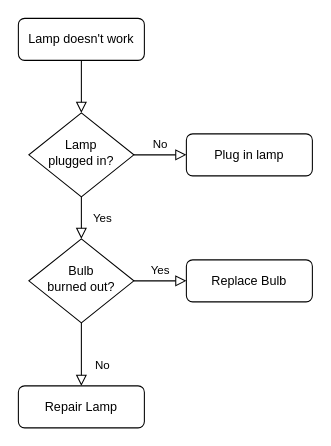
stephanemalho/lesPetitsPlats keeps this draw.io diagram as src/js/utils/petitplatfiltre.drawio. Above is the earlier version. Source tidied: cells renumbered, new cells numbered last; positions are measured from the earlier drawing's top-left corner, leaving out a move shared by most shapes. Both pictures are drawn from the tidied source at 105%, with x=0, y=0 at pixel (18, 18).
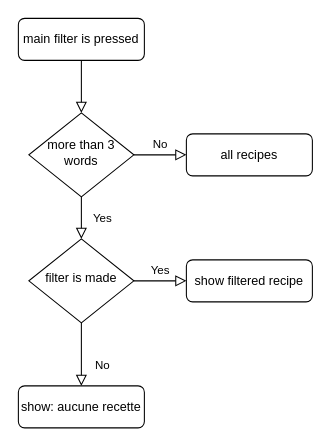
The same page after the edit.

Change to the diagram source:
```diff
@@
 <mxGraphModel>
   <root>
     <mxCell id="0" />
     <mxCell id="1" parent="0" />
     <mxCell id="2" style="rounded=0;html=1;jettySize=auto;fontSize=11;endArrow=block;endFill=0;endSize=8;strokeWidth=1;shadow=0;labelBackgroundColor=none;edgeStyle=orthogonalEdgeStyle;" parent="1" edge="1" source="3" target="6">
       <mxGeometry relative="1" as="geometry" />
     </mxCell>
-    <mxCell id="3" value="Lamp doesn't work" style="rounded=1;whiteSpace=wrap;html=1;fontSize=12;glass=0;strokeWidth=1;shadow=0;" parent="1" vertex="1">
+    <mxCell id="3" value="main filter is pressed" style="rounded=1;whiteSpace=wrap;html=1;fontSize=12;glass=0;strokeWidth=1;shadow=0;" parent="1" vertex="1">
       <mxGeometry width="120" height="40" as="geometry" />
     </mxCell>
     <mxCell id="4" value="Yes" style="rounded=0;html=1;jettySize=auto;fontSize=11;endArrow=block;endFill=0;endSize=8;strokeWidth=1;shadow=0;labelBackgroundColor=none;edgeStyle=orthogonalEdgeStyle;" parent="1" edge="1" source="6" target="10">
       <mxGeometry y="20" relative="1" as="geometry" />
     </mxCell>
     <mxCell id="5" value="No" style="edgeStyle=orthogonalEdgeStyle;rounded=0;html=1;jettySize=auto;fontSize=11;endArrow=block;endFill=0;endSize=8;strokeWidth=1;shadow=0;labelBackgroundColor=none;" parent="1" edge="1" source="6" target="7">
       <mxGeometry y="10" relative="1" as="geometry" />
     </mxCell>
-    <mxCell id="6" value="Lamp&lt;br&gt;plugged in?" style="rhombus;whiteSpace=wrap;html=1;shadow=0;fontFamily=Helvetica;fontSize=12;align=center;strokeWidth=1;spacing=6;spacingTop=-4;" parent="1" vertex="1">
+    <mxCell id="6" value="more than 3 words" style="rhombus;whiteSpace=wrap;html=1;shadow=0;fontFamily=Helvetica;fontSize=12;align=center;strokeWidth=1;spacing=6;spacingTop=-4;" parent="1" vertex="1">
       <mxGeometry x="10" y="90" width="100" height="80" as="geometry" />
     </mxCell>
-    <mxCell id="7" value="Plug in lamp" style="rounded=1;whiteSpace=wrap;html=1;fontSize=12;glass=0;strokeWidth=1;shadow=0;" parent="1" vertex="1">
+    <mxCell id="7" value="all recipes" style="rounded=1;whiteSpace=wrap;html=1;fontSize=12;glass=0;strokeWidth=1;shadow=0;" parent="1" vertex="1">
       <mxGeometry x="160" y="110" width="120" height="40" as="geometry" />
     </mxCell>
     <mxCell id="8" value="No" style="rounded=0;html=1;jettySize=auto;fontSize=11;endArrow=block;endFill=0;endSize=8;strokeWidth=1;shadow=0;labelBackgroundColor=none;edgeStyle=orthogonalEdgeStyle;" parent="1" edge="1" source="10" target="11">
       <mxGeometry x="0.33" y="20" relative="1" as="geometry" />
     </mxCell>
     <mxCell id="9" value="Yes" style="edgeStyle=orthogonalEdgeStyle;rounded=0;html=1;jettySize=auto;fontSize=11;endArrow=block;endFill=0;endSize=8;strokeWidth=1;shadow=0;labelBackgroundColor=none;" parent="1" edge="1" source="10" target="12">
       <mxGeometry y="10" relative="1" as="geometry" />
     </mxCell>
-    <mxCell id="10" value="Bulb&lt;br&gt;burned out?" style="rhombus;whiteSpace=wrap;html=1;shadow=0;fontFamily=Helvetica;fontSize=12;align=center;strokeWidth=1;spacing=6;spacingTop=-4;" parent="1" vertex="1">
+    <mxCell id="10" value="filter is made" style="rhombus;whiteSpace=wrap;html=1;shadow=0;fontFamily=Helvetica;fontSize=12;align=center;strokeWidth=1;spacing=6;spacingTop=-4;" parent="1" vertex="1">
       <mxGeometry x="10" y="210" width="100" height="80" as="geometry" />
     </mxCell>
-    <mxCell id="11" value="Repair Lamp" style="rounded=1;whiteSpace=wrap;html=1;fontSize=12;glass=0;strokeWidth=1;shadow=0;" parent="1" vertex="1">
+    <mxCell id="11" value="show: aucune recette" style="rounded=1;whiteSpace=wrap;html=1;fontSize=12;glass=0;strokeWidth=1;shadow=0;" parent="1" vertex="1">
       <mxGeometry y="350" width="120" height="40" as="geometry" />
     </mxCell>
-    <mxCell id="12" value="Replace Bulb" style="rounded=1;whiteSpace=wrap;html=1;fontSize=12;glass=0;strokeWidth=1;shadow=0;" parent="1" vertex="1">
+    <mxCell id="12" value="show filtered recipe" style="rounded=1;whiteSpace=wrap;html=1;fontSize=12;glass=0;strokeWidth=1;shadow=0;" parent="1" vertex="1">
       <mxGeometry x="160" y="230" width="120" height="40" as="geometry" />
     </mxCell>
   </root>
 </mxGraphModel>
```
